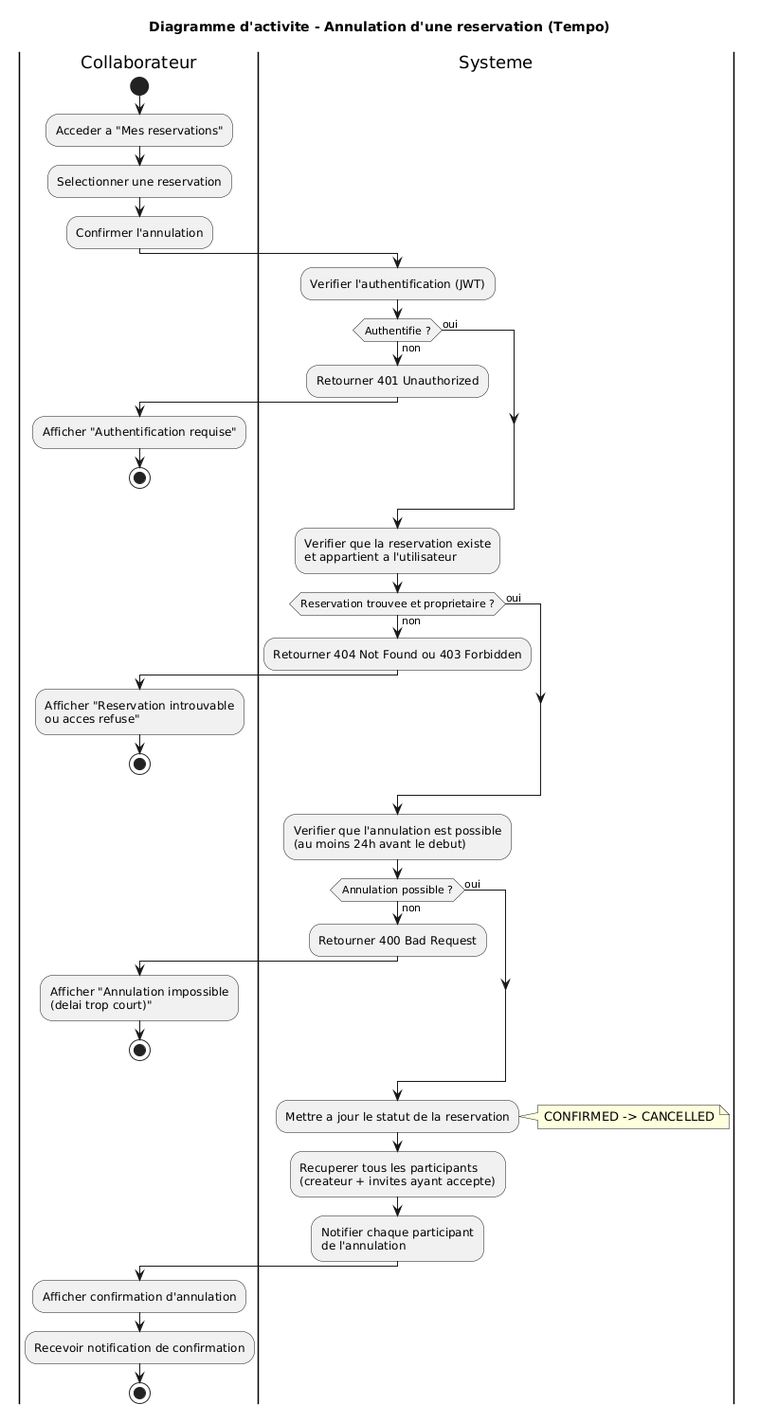
Vaalley/tempo keeps this PlantUML diagram as diagrams/activity diagram - annulation reservation.png. Above is the earlier version. The source it was exported from:
```plantuml
@startuml
title Diagramme d'activite - Annulation d'une reservation (Tempo)

|Collaborateur|
start
:Acceder a "Mes reservations";
:Selectionner une reservation;
:Confirmer l'annulation;

|Systeme|
:Verifier l'authentification (JWT);
if (Authentifie ?) then (non)
    :Retourner 401 Unauthorized;
    |Collaborateur|
    :Afficher "Authentification requise";
    stop
else (oui)
endif

|Systeme|
:Verifier que la reservation existe\net appartient a l'utilisateur;
if (Reservation trouvee et proprietaire ?) then (non)
    :Retourner 404 Not Found ou 403 Forbidden;
    |Collaborateur|
    :Afficher "Reservation introuvable\nou acces refuse";
    stop
else (oui)
endif

|Systeme|
:Verifier que l'annulation est possible\n(au moins 24h avant le debut);
if (Annulation possible ?) then (non)
    :Retourner 400 Bad Request;
    |Collaborateur|
    :Afficher "Annulation impossible\n(delai trop court)";
    stop
else (oui)
endif

|Systeme|
:Mettre a jour le statut de la reservation;
note right
  CONFIRMED -> CANCELLED
end note
:Recuperer tous les participants\n(createur + invites ayant accepte);
:Notifier chaque participant\nde l'annulation;

|Collaborateur|
:Afficher confirmation d'annulation;
:Recevoir notification de confirmation;
stop
@enduml
```
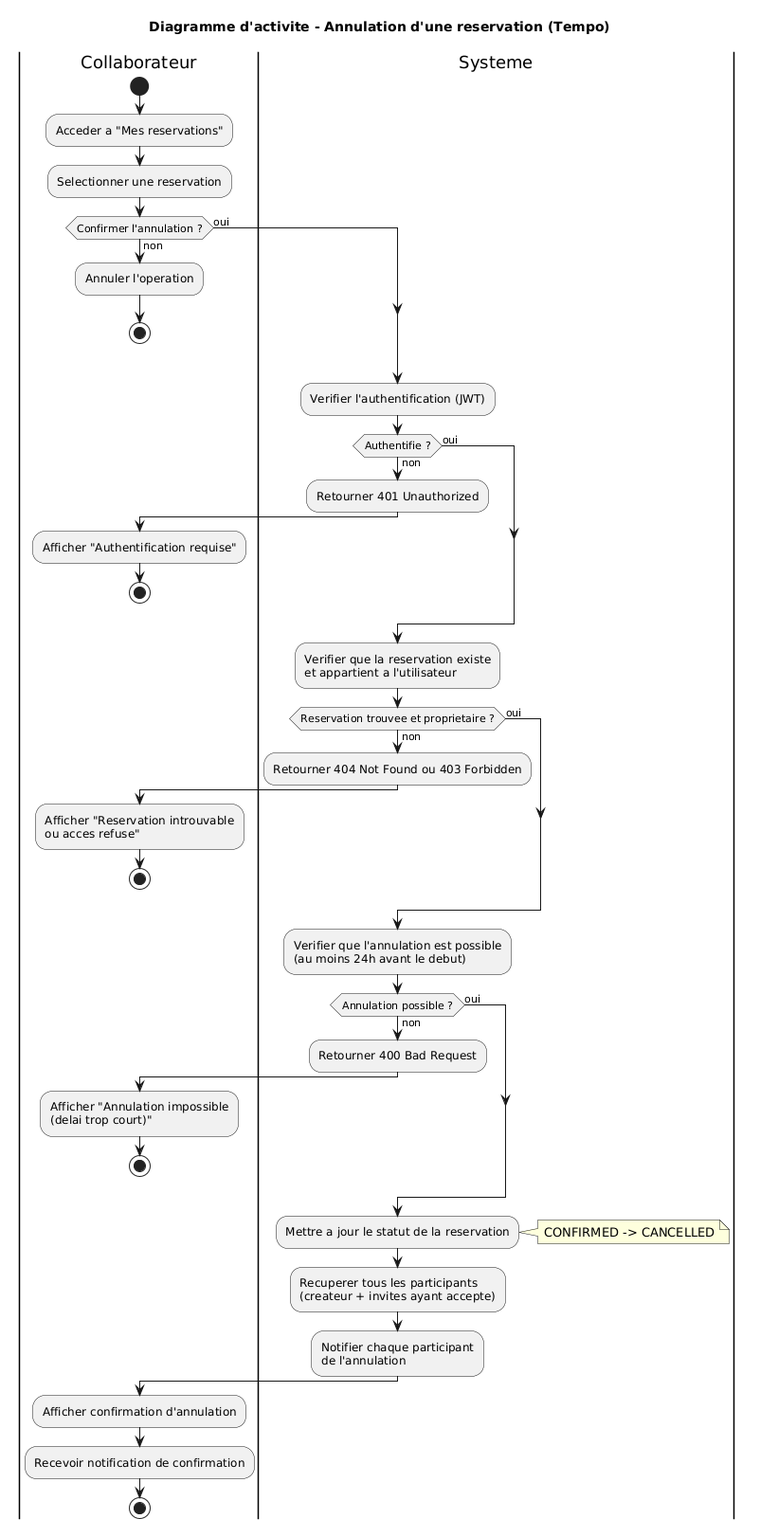
After the change.

Commit message:
docs: improve sequence diagram formatting and add explicit flow branches

Change to the diagram source:
```diff
@@ -5,7 +5,11 @@
 start
 :Acceder a "Mes reservations";
 :Selectionner une reservation;
-:Confirmer l'annulation;
+if (Confirmer l'annulation ?) then (oui)
+else (non)
+    :Annuler l'operation;
+    stop
+endif
 
 |Systeme|
 :Verifier l'authentification (JWT);
```
